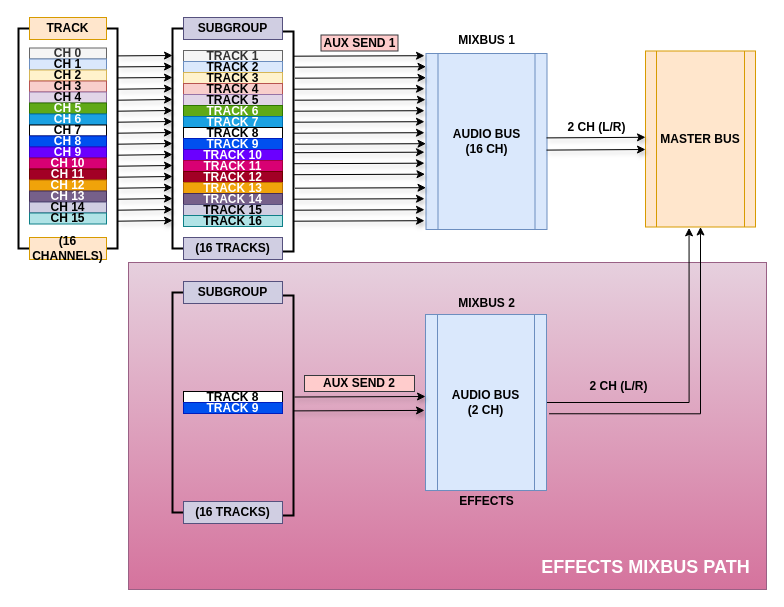
This is diagrams/signal-flow-aux-send-with-subgroup-and-effects-send-stereo.drawio from chrisanthropic/LinuxMusicProduction, a draw.io file, before an edit. Source tidied: cells renumbered, new cells numbered last; positions are measured from the earlier drawing's top-left corner, leaving out a move shared by most shapes. Both pictures are drawn from the tidied source at 100%, with x=0, y=0 at pixel (18, 17).
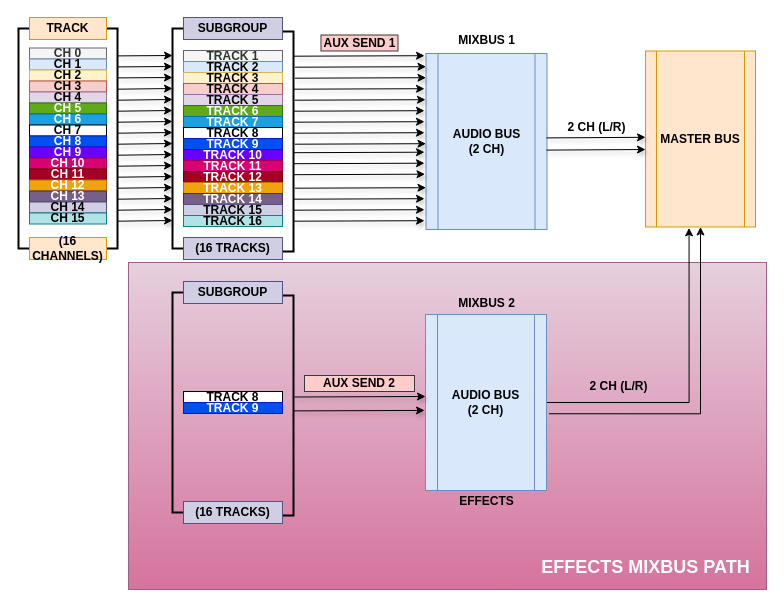
After the change.

Commit message (it also covers changes not shown here):
fixes incorrect diagram. mixbus is 2 ports, not 16

Change to the diagram source:
```diff
@@
-    <mxCell id="3" value="&lt;b&gt;AUDIO BUS&lt;br&gt;(16 CH)&lt;/b&gt;" style="shape=process;whiteSpace=wrap;html=1;backgroundOutline=1;fillColor=#dae8fc;strokeColor=#6c8ebf;" parent="1" vertex="1">
+    <mxCell id="3" value="&lt;b&gt;AUDIO BUS&lt;br&gt;(2 CH)&lt;/b&gt;" style="shape=process;whiteSpace=wrap;html=1;backgroundOutline=1;fillColor=#dae8fc;strokeColor=#6c8ebf;" parent="1" vertex="1">
       <mxGeometry x="407.5" y="36" width="121" height="176" as="geometry" />
     </mxCell>
```
